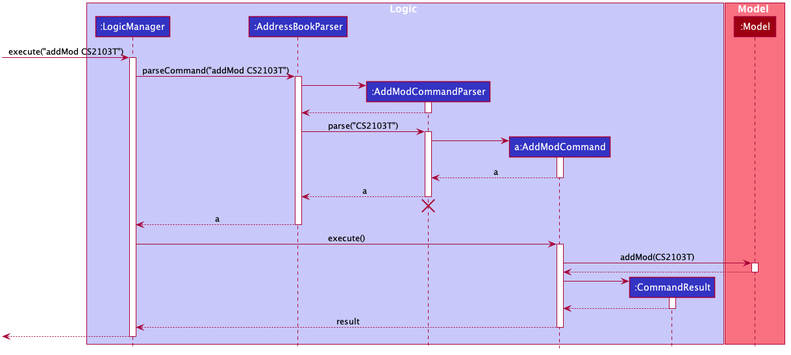
This is docs/images/AddModSequenceDiagram.png from nus-cs2103-AY2021S1/tp, a PlantUML export, as it was before one commit.
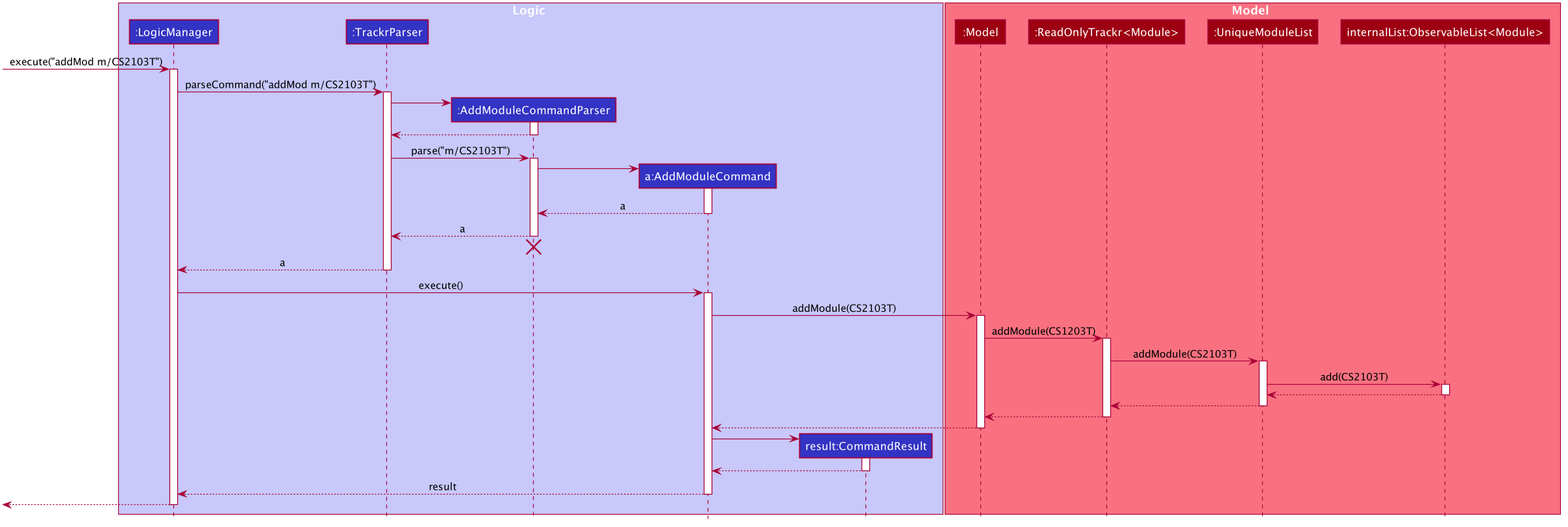
The same diagram one commit later.

Diff of the diagram source:
```diff
@@ -50,65 +50,86 @@
 
 box Logic #C8C8FA
 participant ":LogicManager" as LogicManager #3333C4
-participant ":AddressBookParser" as AddressBookParser #3333C4
-participant ":AddModCommandParser" as AddModCommandParser #3333C4
-participant "a:AddModCommand" as AddModCommand #3333C4
-participant ":CommandResult" as CommandResult #3333C4
+participant ":TrackrParser" as TrackrParser #3333C4
+participant ":AddModuleCommandParser" as AddModuleCommandParser #3333C4
+participant "a:AddModuleCommand" as AddModuleCommand #3333C4
+participant "result:CommandResult" as CommandResult #3333C4
 end box
 
 box Model #F97181
 participant ":Model" as Model #9D0012
+participant ":ReadOnlyTrackr<Module>" as ReadOnlyTrackr #9D0012
+participant ":UniqueModuleList" as UniqueModuleList #9D0012
+participant "internalList:ObservableList<Module>" as internalList #9D0012
 end box
 
-[-> LogicManager : execute("addMod CS2103T")
+[-> LogicManager : execute("addMod m/CS2103T")
 activate LogicManager
 
-LogicManager -> AddressBookParser : parseCommand("addMod CS2103T")
-activate AddressBookParser
+LogicManager -> TrackrParser : parseCommand("addMod m/CS2103T")
+activate TrackrParser
 
-create AddModCommandParser
-AddressBookParser -> AddModCommandParser
-activate AddModCommandParser
+create AddModuleCommandParser
+TrackrParser -> AddModuleCommandParser
+activate AddModuleCommandParser
 
-AddModCommandParser --> AddressBookParser
-deactivate AddModCommandParser
+AddModuleCommandParser --> TrackrParser
+deactivate AddModuleCommandParser
 
-AddressBookParser -> AddModCommandParser : parse("CS2103T")
-activate AddModCommandParser
+TrackrParser -> AddModuleCommandParser : parse("m/CS2103T")
+activate AddModuleCommandParser
 
-create AddModCommand
-AddModCommandParser -> AddModCommand
-activate AddModCommand
+create AddModuleCommand
+AddModuleCommandParser -> AddModuleCommand
+activate AddModuleCommand
 
-AddModCommand --> AddModCommandParser : a
-deactivate AddModCommand
+AddModuleCommand --> AddModuleCommandParser : a
+deactivate AddModuleCommand
 
-AddModCommandParser --> AddressBookParser : a
-deactivate AddModCommandParser
-AddModCommandParser -[hidden]-> AddressBookParser
-destroy AddModCommandParser
+AddModuleCommandParser --> TrackrParser : a
+deactivate AddModuleCommandParser
+AddModuleCommandParser -[hidden]-> TrackrParser
+destroy AddModuleCommandParser
 
-AddressBookParser --> LogicManager : a
-deactivate AddressBookParser
+TrackrParser --> LogicManager : a
+deactivate TrackrParser
 
-LogicManager -> AddModCommand : execute()
-activate AddModCommand
+LogicManager -> AddModuleCommand : execute()
+activate AddModuleCommand
 
-AddModCommand -> Model : addMod(CS2103T)
+AddModuleCommand -> Model : addModule(CS2103T)
 activate Model
 
-Model --> AddModCommand
+Model -> ReadOnlyTrackr : addModule(CS1203T)
+activate ReadOnlyTrackr
+
+ReadOnlyTrackr -> UniqueModuleList: addModule(CS2103T)
+activate UniqueModuleList
+
+UniqueModuleList -> internalList: add(CS2103T)
+activate internalList
+
+internalList --> UniqueModuleList
+deactivate internalList
+
+UniqueModuleList --> ReadOnlyTrackr
+deactivate UniqueModuleList
+
+ReadOnlyTrackr --> Model
+deactivate ReadOnlyTrackr
+
+Model --> AddModuleCommand
 deactivate Model
 
 create CommandResult
-AddModCommand -> CommandResult
+AddModuleCommand -> CommandResult
 activate CommandResult
 
-CommandResult --> AddModCommand
+CommandResult --> AddModuleCommand
 deactivate CommandResult
 
-AddModCommand --> LogicManager : result
-deactivate AddModCommand
+AddModuleCommand --> LogicManager : result
+deactivate AddModuleCommand
 
 [<--LogicManager
 deactivate LogicManager
```
